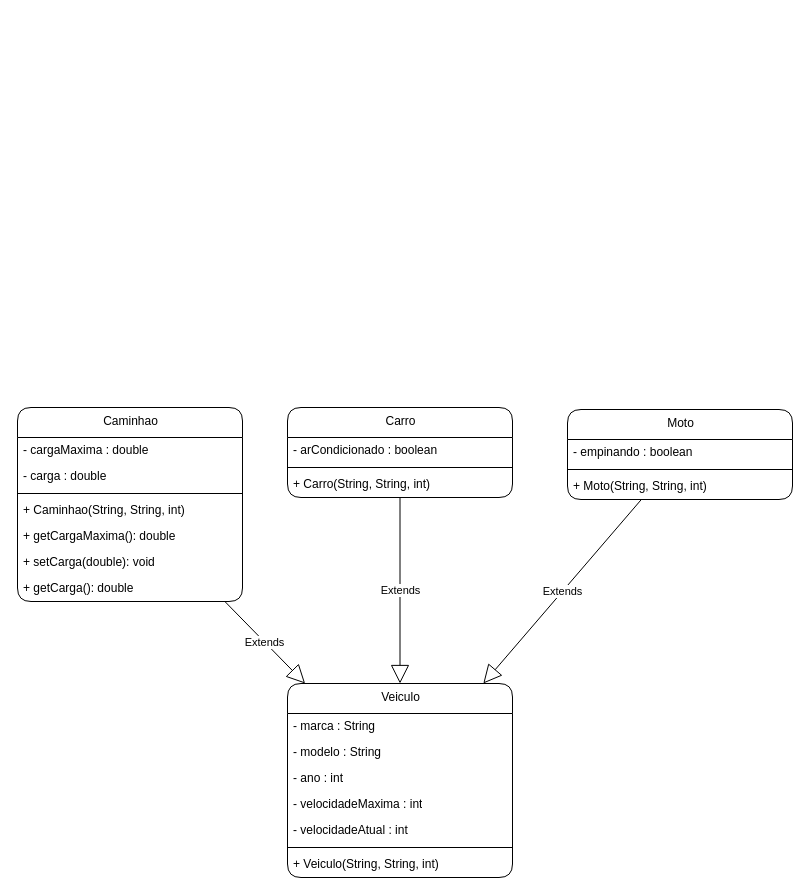
The draw.io diagram src/Diagrama/Diagrama de Classes.drawio in Blue260910/CP_02, before the edit. Source tidied: cells renumbered, new cells numbered last; positions are measured from the earlier drawing's top-left corner, leaving out a move shared by most shapes. Both pictures are drawn from the tidied source at 100%, with x=0, y=0 at pixel (17, 407).
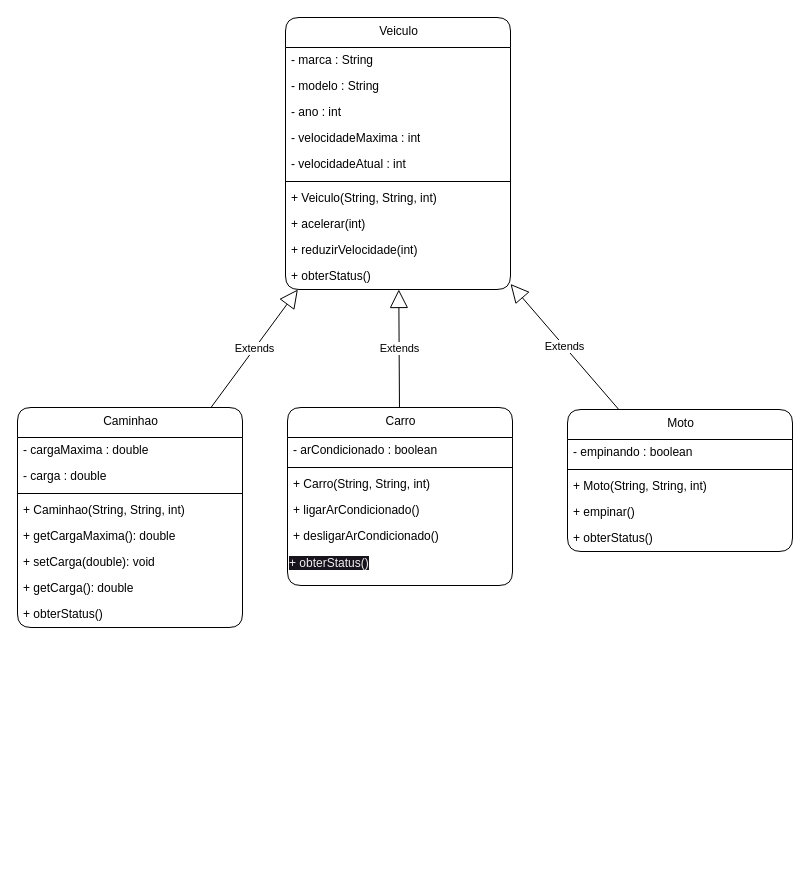
The same diagram, later.

Commit message (it also covers changes not shown here):
Fix logic in Carro and Caminhao classes

The edit, as a diff of the source:
```diff
@@
     <mxCell id="2" value="Caminhao" style="swimlane;fontStyle=0;align=center;verticalAlign=top;horizontal=1;startSize=30;html=1;rounded=1;" parent="1" vertex="1">
-      <mxGeometry width="225" height="194" as="geometry" />
+      <mxGeometry width="225" height="220" as="geometry" />
     </mxCell>
@@
+    <mxCell id="29" value="+ obterStatus()" style="text;html=1;strokeColor=none;fillColor=none;align=left;verticalAlign=middle;spacingLeft=4;spacingRight=4;overflow=hidden;rounded=1;" parent="2" vertex="1">
+      <mxGeometry y="194" width="225" height="26" as="geometry" />
+    </mxCell>
     <mxCell id="10" value="Carro" style="swimlane;fontStyle=0;align=center;verticalAlign=top;horizontal=1;startSize=30;html=1;rounded=1;" parent="1" vertex="1">
-      <mxGeometry x="270" width="225" height="90" as="geometry" />
+      <mxGeometry x="270" width="225" height="178" as="geometry" />
     </mxCell>
@@
+    <mxCell id="30" value="+ ligarArCondicionado()" style="text;html=1;strokeColor=none;fillColor=none;align=left;verticalAlign=middle;spacingLeft=4;spacingRight=4;overflow=hidden;rounded=1;" parent="10" vertex="1">
+      <mxGeometry y="90" width="225" height="26" as="geometry" />
+    </mxCell>
+    <mxCell id="31" value="+ desligarArCondicionado()" style="text;html=1;strokeColor=none;fillColor=none;align=left;verticalAlign=middle;spacingLeft=4;spacingRight=4;overflow=hidden;rounded=1;" parent="10" vertex="1">
+      <mxGeometry y="116" width="225" height="26" as="geometry" />
+    </mxCell>
+    <mxCell id="32" value="&lt;span style=&quot;color: rgb(240, 240, 240); font-family: Helvetica; font-size: 12px; font-style: normal; font-variant-ligatures: normal; font-variant-caps: normal; font-weight: 400; letter-spacing: normal; orphans: 2; text-align: left; text-indent: 0px; text-transform: none; widows: 2; word-spacing: 0px; -webkit-text-stroke-width: 0px; background-color: rgb(24, 20, 29); text-decoration-thickness: initial; text-decoration-style: initial; text-decoration-color: initial; float: none; display: inline !important;&quot;&gt;+ obterStatus()&lt;/span&gt;" style="text;whiteSpace=wrap;html=1;" parent="10" vertex="1">
+      <mxGeometry y="142" width="225" height="36" as="geometry" />
+    </mxCell>
     <mxCell id="14" value="Moto" style="swimlane;fontStyle=0;align=center;verticalAlign=top;horizontal=1;startSize=30;html=1;rounded=1;" parent="1" vertex="1">
-      <mxGeometry x="550" y="2" width="225" height="90" as="geometry" />
+      <mxGeometry x="550" y="2" width="225" height="142" as="geometry" />
     </mxCell>
@@
+    <mxCell id="33" value="+ empinar()" style="text;html=1;strokeColor=none;fillColor=none;align=left;verticalAlign=middle;spacingLeft=4;spacingRight=4;overflow=hidden;rounded=1;" parent="14" vertex="1">
+      <mxGeometry y="90" width="225" height="26" as="geometry" />
+    </mxCell>
+    <mxCell id="34" value="+ obterStatus()" style="text;html=1;strokeColor=none;fillColor=none;align=left;verticalAlign=middle;spacingLeft=4;spacingRight=4;overflow=hidden;rounded=1;" parent="14" vertex="1">
+      <mxGeometry y="116" width="225" height="26" as="geometry" />
+    </mxCell>
     <mxCell id="18" value="Veiculo" style="swimlane;fontStyle=0;align=center;verticalAlign=top;horizontal=1;startSize=30;html=1;rounded=1;" parent="1" vertex="1">
-      <mxGeometry x="270" y="276" width="225" height="194" as="geometry" />
+      <mxGeometry x="268" y="-390" width="225" height="272" as="geometry" />
     </mxCell>
@@
+    <mxCell id="35" value="+ Veiculo(String, String, int)" style="text;html=1;strokeColor=none;fillColor=none;align=left;verticalAlign=middle;spacingLeft=4;spacingRight=4;overflow=hidden;rounded=1;" parent="18" vertex="1">
+      <mxGeometry y="168" width="225" height="26" as="geometry" />
+    </mxCell>
-    <mxCell id="25" value="+ Veiculo(String, String, int)" style="text;html=1;strokeColor=none;fillColor=none;align=left;verticalAlign=middle;spacingLeft=4;spacingRight=4;overflow=hidden;rounded=1;" parent="18" vertex="1">
-      <mxGeometry y="168" width="225" height="26" as="geometry" />
+    <mxCell id="25" value="+ acelerar(int)" style="text;html=1;strokeColor=none;fillColor=none;align=left;verticalAlign=middle;spacingLeft=4;spacingRight=4;overflow=hidden;rounded=1;" parent="18" vertex="1">
+      <mxGeometry y="194" width="225" height="26" as="geometry" />
     </mxCell>
+    <mxCell id="36" value="+ reduzirVelocidade(int)" style="text;html=1;strokeColor=none;fillColor=none;align=left;verticalAlign=middle;spacingLeft=4;spacingRight=4;overflow=hidden;rounded=1;" parent="18" vertex="1">
+      <mxGeometry y="220" width="225" height="26" as="geometry" />
+    </mxCell>
+    <mxCell id="37" value="+ obterStatus()" style="text;html=1;strokeColor=none;fillColor=none;align=left;verticalAlign=middle;spacingLeft=4;spacingRight=4;overflow=hidden;rounded=1;" parent="18" vertex="1">
+      <mxGeometry y="246" width="225" height="26" as="geometry" />
+    </mxCell>
```
